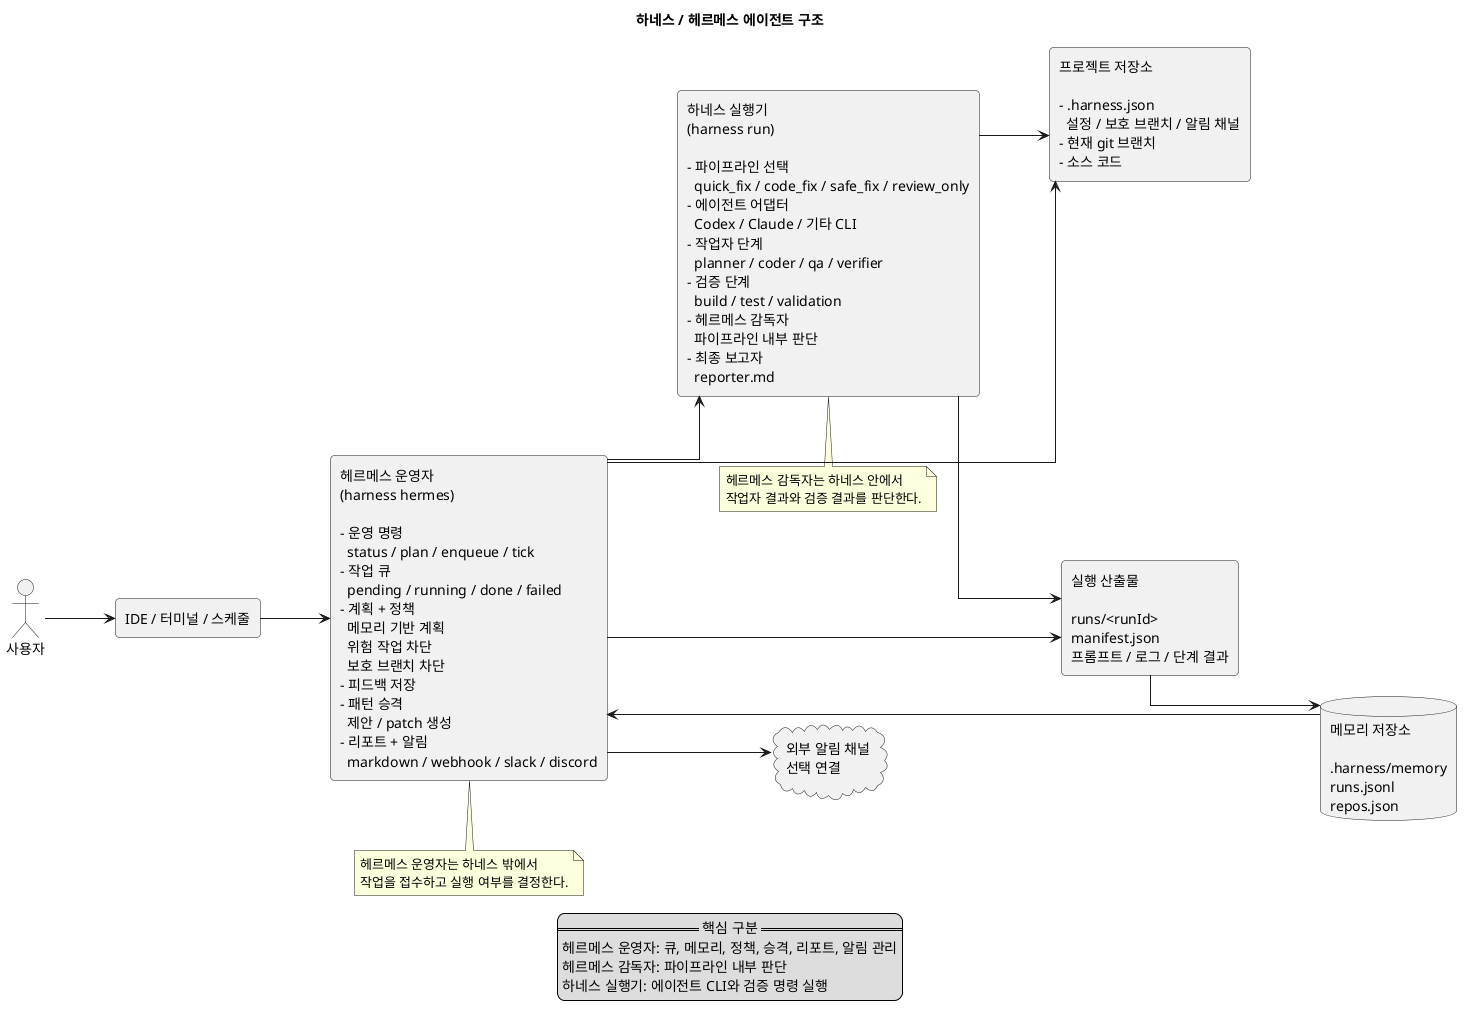
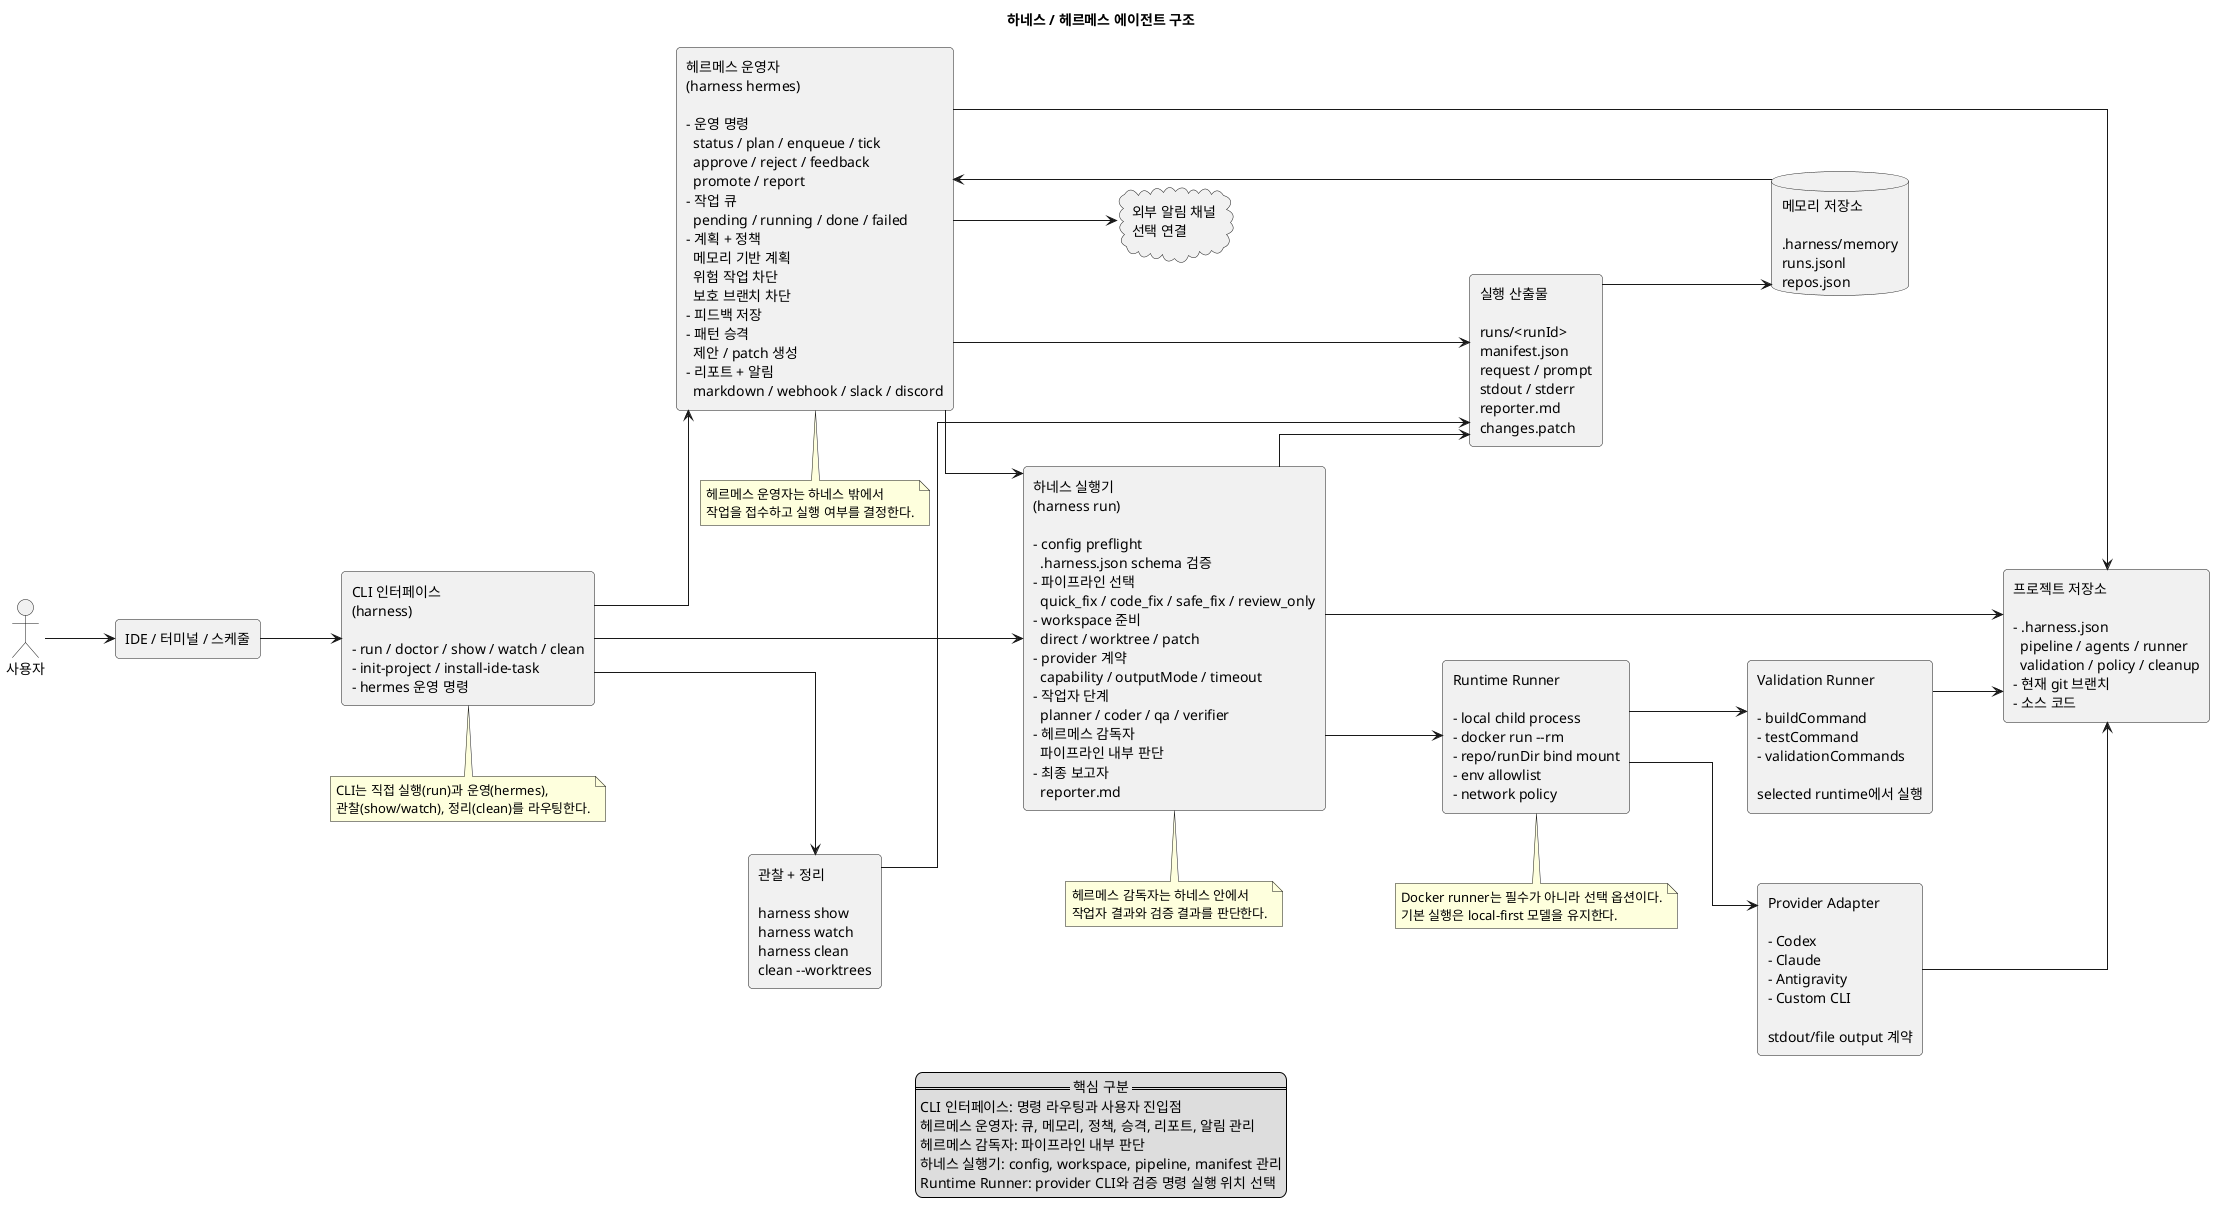
@startuml hermes_harness_architecture
title 하네스 / 헤르메스 에이전트 구조

left to right direction
skinparam shadowing false
skinparam componentStyle rectangle
skinparam packageStyle rectangle
skinparam linetype ortho
skinparam defaultFontName "Apple SD Gothic Neo"
skinparam rectangle {
  RoundCorner 8
}
skinparam nodesep 70
skinparam ranksep 70

actor "사용자" as user
rectangle "IDE / 터미널 / 스케줄" as input

- rectangle "헤르메스 운영자\n(harness hermes)\n\n- 운영 명령\n  status / plan / enqueue / tick\n- 작업 큐\n  pending / running / done / failed\n- 계획 + 정책\n  메모리 기반 계획\n  위험 작업 차단\n  보호 브랜치 차단\n- 피드백 저장\n- 패턴 승격\n  제안 / patch 생성\n- 리포트 + 알림\n  markdown / webhook / slack / discord" as hermes
+ rectangle "CLI 인터페이스\n(harness)\n\n- run / doctor / show / watch / clean\n- init-project / install-ide-task\n- hermes 운영 명령" as cli

- rectangle "하네스 실행기\n(harness run)\n\n- 파이프라인 선택\n  quick_fix / code_fix / safe_fix / review_only\n- 에이전트 어댑터\n  Codex / Claude / 기타 CLI\n- 작업자 단계\n  planner / coder / qa / verifier\n- 검증 단계\n  build / test / validation\n- 헤르메스 감독자\n  파이프라인 내부 판단\n- 최종 보고자\n  reporter.md" as runtime
+ rectangle "헤르메스 운영자\n(harness hermes)\n\n- 운영 명령\n  status / plan / enqueue / tick\n  approve / reject / feedback\n  promote / report\n- 작업 큐\n  pending / running / done / failed\n- 계획 + 정책\n  메모리 기반 계획\n  위험 작업 차단\n  보호 브랜치 차단\n- 피드백 저장\n- 패턴 승격\n  제안 / patch 생성\n- 리포트 + 알림\n  markdown / webhook / slack / discord" as hermes

- rectangle "프로젝트 저장소\n\n- .harness.json\n  설정 / 보호 브랜치 / 알림 채널\n- 현재 git 브랜치\n- 소스 코드" as project
+ rectangle "하네스 실행기\n(harness run)\n\n- config preflight\n  .harness.json schema 검증\n- 파이프라인 선택\n  quick_fix / code_fix / safe_fix / review_only\n- workspace 준비\n  direct / worktree / patch\n- provider 계약\n  capability / outputMode / timeout\n- 작업자 단계\n  planner / coder / qa / verifier\n- 헤르메스 감독자\n  파이프라인 내부 판단\n- 최종 보고자\n  reporter.md" as runtime
+ 
+ rectangle "Runtime Runner\n\n- local child process\n- docker run --rm\n- repo/runDir bind mount\n- env allowlist\n- network policy" as runner
+ 
+ rectangle "Provider Adapter\n\n- Codex\n- Claude\n- Antigravity\n- Custom CLI\n\nstdout/file output 계약" as provider
+ 
+ rectangle "Validation Runner\n\n- buildCommand\n- testCommand\n- validationCommands\n\nselected runtime에서 실행" as validation
+ 
+ rectangle "프로젝트 저장소\n\n- .harness.json\n  pipeline / agents / runner\n  validation / policy / cleanup\n- 현재 git 브랜치\n- 소스 코드" as project

database "메모리 저장소\n\n.harness/memory\nruns.jsonl\nrepos.json" as memory

- rectangle "실행 산출물\n\nruns/<runId>\nmanifest.json\n프롬프트 / 로그 / 단계 결과" as artifacts
+ rectangle "실행 산출물\n\nruns/<runId>\nmanifest.json\nrequest / prompt\nstdout / stderr\nreporter.md\nchanges.patch" as artifacts
+ 
+ rectangle "관찰 + 정리\n\nharness show\nharness watch\nharness clean\nclean --worktrees" as observe

cloud "외부 알림 채널\n선택 연결" as external

user --> input
- input --> hermes
+ input --> cli

+ cli --> runtime
+ cli --> hermes
+ cli --> observe
hermes --> runtime
runtime --> project
+ runtime --> runner
runtime --> artifacts
+ runner --> provider
+ runner --> validation
+ provider --> project
+ validation --> project
artifacts --> memory
memory --> hermes
+ observe --> artifacts

hermes --> project
hermes --> artifacts
hermes --> external
+ 
+ note bottom of cli
+ CLI는 직접 실행(run)과 운영(hermes),
+ 관찰(show/watch), 정리(clean)를 라우팅한다.
+ end note

note bottom of hermes
헤르메스 운영자는 하네스 밖에서
작업을 접수하고 실행 여부를 결정한다.
end note

note bottom of runtime
헤르메스 감독자는 하네스 안에서
작업자 결과와 검증 결과를 판단한다.
end note

+ note bottom of runner
+ Docker runner는 필수가 아니라 선택 옵션이다.
+ 기본 실행은 local-first 모델을 유지한다.
+ end note
+ 
legend bottom
  == 핵심 구분 ==
+   CLI 인터페이스: 명령 라우팅과 사용자 진입점
  헤르메스 운영자: 큐, 메모리, 정책, 승격, 리포트, 알림 관리
  헤르메스 감독자: 파이프라인 내부 판단
-   하네스 실행기: 에이전트 CLI와 검증 명령 실행
+   하네스 실행기: config, workspace, pipeline, manifest 관리
+   Runtime Runner: provider CLI와 검증 명령 실행 위치 선택
endlegend

@enduml
